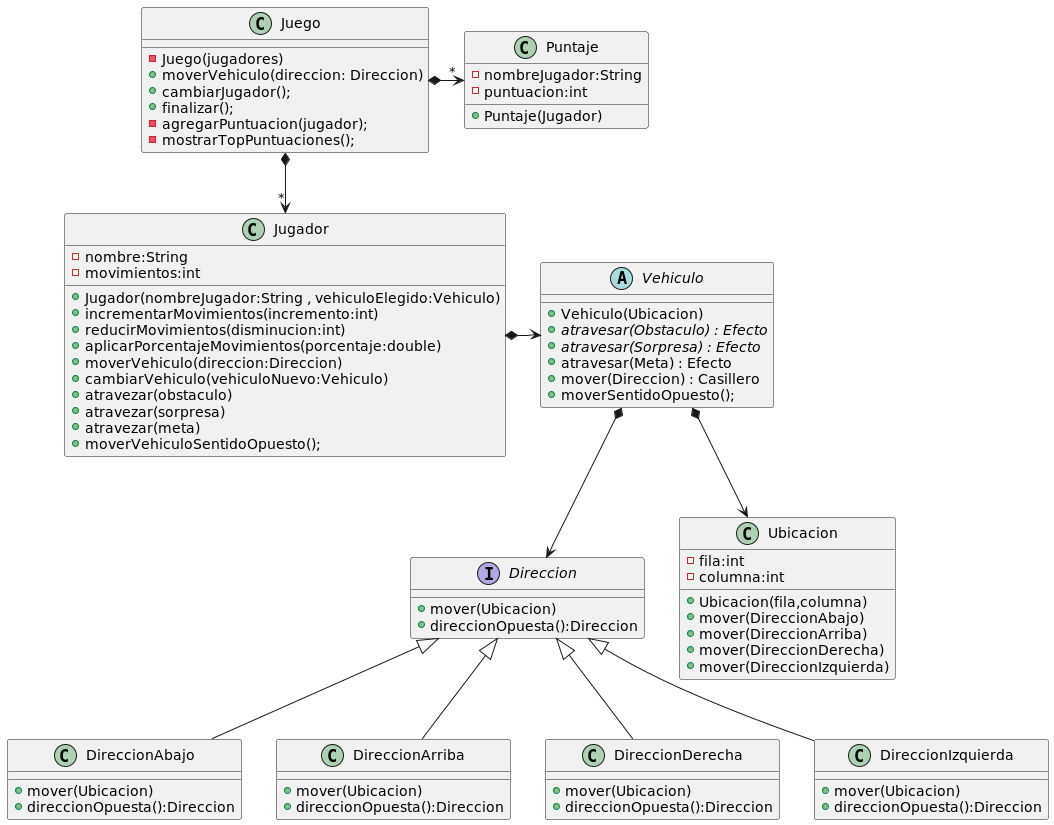
Above: diagrams/classes/diagramaClases1.png in JorgeSedek/algo3_tp2 (PlantUML), before the change. The source it was exported from:
```plantuml
@startuml
class Juego{
-Juego(jugadores)
+moverVehiculo(direccion: Direccion)
+cambiarJugador();
+finalizar();
-agregarPuntuacion(jugador);
-mostrarTopPuntuaciones();
}

interface Direccion{
+mover(Ubicacion)
+direccionOpuesta():Direccion
}
class DireccionAbajo{
+mover(Ubicacion)
+direccionOpuesta():Direccion
}
class DireccionArriba{
+mover(Ubicacion)
+direccionOpuesta():Direccion
}
class DireccionDerecha{
+mover(Ubicacion)
+direccionOpuesta():Direccion
}
class DireccionIzquierda{
+mover(Ubicacion)
+direccionOpuesta():Direccion
}

class Jugador{
-nombre:String
-movimientos:int
+Jugador(nombreJugador:String , vehiculoElegido:Vehiculo)
+incrementarMovimientos(incremento:int)
+reducirMovimientos(disminucion:int)
+aplicarPorcentajeMovimientos(porcentaje:double)
+moverVehiculo(direccion:Direccion)
+cambiarVehiculo(vehiculoNuevo:Vehiculo)
+atravezar(obstaculo)
+atravezar(sorpresa)
+atravezar(meta)
+moverVehiculoSentidoOpuesto();
}

class Puntaje {
- nombreJugador:String
- puntuacion:int
+ Puntaje(Jugador)
}
abstract class Vehiculo {
+Vehiculo(Ubicacion)
+atravesar(Obstaculo) : Efecto {abstract}
+atravesar(Sorpresa) : Efecto {abstract}
+atravesar(Meta) : Efecto
+mover(Direccion) : Casillero
+moverSentidoOpuesto();
}
class Ubicacion {
-fila:int
-columna:int
+Ubicacion(fila,columna)
+mover(DireccionAbajo)
+mover(DireccionArriba)
+mover(DireccionDerecha)
+mover(DireccionIzquierda)
}

Juego *-> "*" Puntaje
Juego *--> "*" Jugador
Jugador *-> Vehiculo
Vehiculo *--> Ubicacion
Vehiculo *--> Direccion

Direccion <|-- DireccionAbajo
Direccion <|-- DireccionArriba
Direccion <|-- DireccionDerecha
Direccion <|-- DireccionIzquierda
@enduml
```
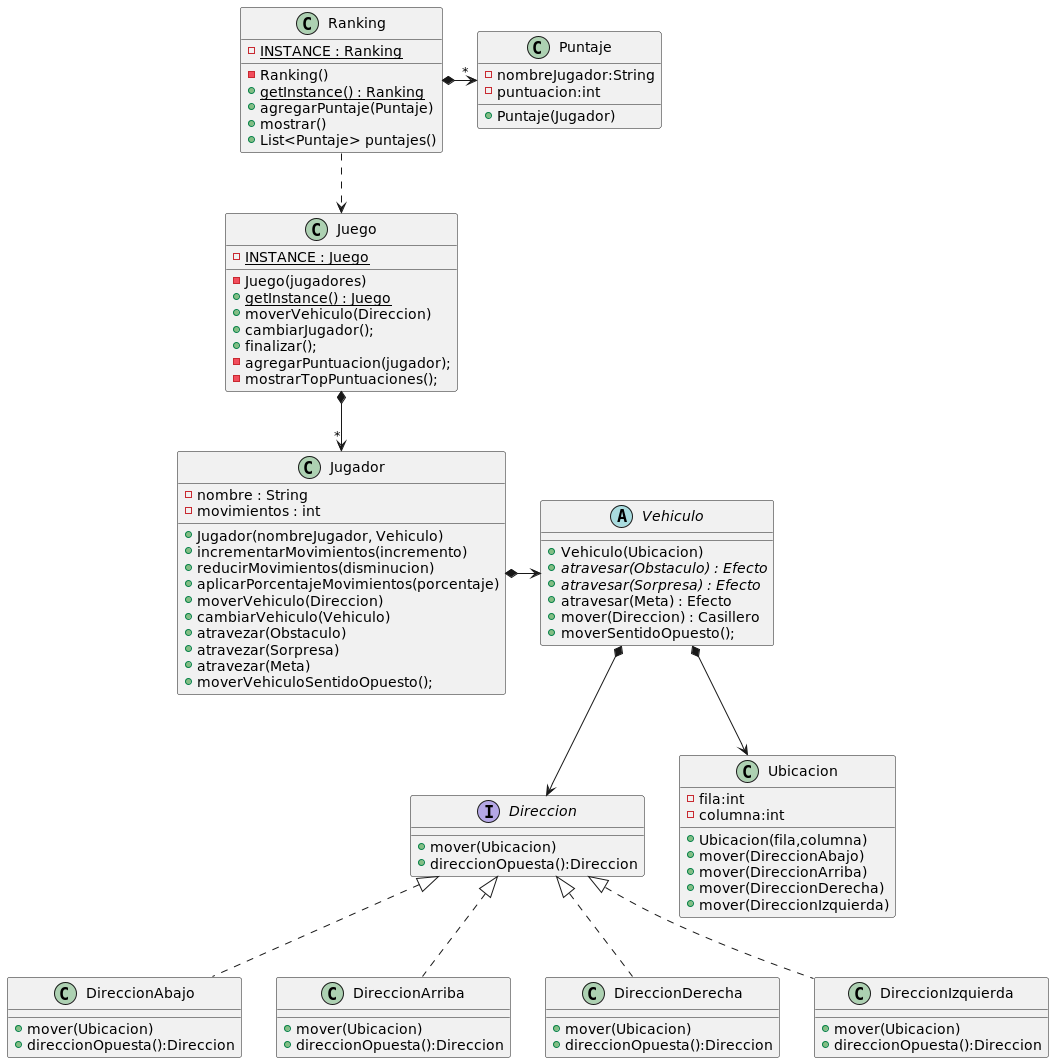
The same file after the commit.

Commit message:
Agrego diagramas de clases

Diff of the diagram source:
```diff
@@ -1,47 +1,58 @@
 @startuml
 class Juego{
--Juego(jugadores)
-+moverVehiculo(direccion: Direccion)
-+cambiarJugador();
-+finalizar();
--agregarPuntuacion(jugador);
--mostrarTopPuntuaciones();
+    - INSTANCE {static} : Juego
+    -Juego(jugadores)
+    + getInstance() {static} : Juego
+    +moverVehiculo(Direccion)
+    +cambiarJugador();
+    +finalizar();
+    -agregarPuntuacion(jugador);
+    -mostrarTopPuntuaciones();
+}
+
+class Ranking {
+    - INSTANCE {static} : Ranking
+    - Ranking()
+    + getInstance() {static} : Ranking
+    + agregarPuntaje(Puntaje)
+    + mostrar()
+    + List<Puntaje> puntajes()
 }
 
 interface Direccion{
-+mover(Ubicacion)
-+direccionOpuesta():Direccion
+    +mover(Ubicacion)
+    +direccionOpuesta():Direccion
 }
 class DireccionAbajo{
-+mover(Ubicacion)
-+direccionOpuesta():Direccion
+    +mover(Ubicacion)
+    +direccionOpuesta():Direccion
 }
 class DireccionArriba{
-+mover(Ubicacion)
-+direccionOpuesta():Direccion
+    +mover(Ubicacion)
+    +direccionOpuesta():Direccion
 }
 class DireccionDerecha{
-+mover(Ubicacion)
-+direccionOpuesta():Direccion
+    +mover(Ubicacion)
+    +direccionOpuesta():Direccion
 }
 class DireccionIzquierda{
-+mover(Ubicacion)
-+direccionOpuesta():Direccion
+    +mover(Ubicacion)
+    +direccionOpuesta():Direccion
 }
 
 class Jugador{
--nombre:String
--movimientos:int
-+Jugador(nombreJugador:String , vehiculoElegido:Vehiculo)
-+incrementarMovimientos(incremento:int)
-+reducirMovimientos(disminucion:int)
-+aplicarPorcentajeMovimientos(porcentaje:double)
-+moverVehiculo(direccion:Direccion)
-+cambiarVehiculo(vehiculoNuevo:Vehiculo)
-+atravezar(obstaculo)
-+atravezar(sorpresa)
-+atravezar(meta)
-+moverVehiculoSentidoOpuesto();
+    -nombre : String
+    -movimientos : int
+    +Jugador(nombreJugador, Vehiculo)
+    +incrementarMovimientos(incremento)
+    +reducirMovimientos(disminucion)
+    +aplicarPorcentajeMovimientos(porcentaje)
+    +moverVehiculo(Direccion)
+    +cambiarVehiculo(Vehiculo)
+    +atravezar(Obstaculo)
+    +atravezar(Sorpresa)
+    +atravezar(Meta)
+    +moverVehiculoSentidoOpuesto();
 }
 
 class Puntaje {
@@ -67,14 +78,15 @@
 +mover(DireccionIzquierda)
 }
 
-Juego *-> "*" Puntaje
+Ranking ..> Juego
+Ranking *-> "*" Puntaje
 Juego *--> "*" Jugador
 Jugador *-> Vehiculo
 Vehiculo *--> Ubicacion
 Vehiculo *--> Direccion
 
-Direccion <|-- DireccionAbajo
-Direccion <|-- DireccionArriba
-Direccion <|-- DireccionDerecha
-Direccion <|-- DireccionIzquierda
+Direccion <|.. DireccionAbajo
+Direccion <|.. DireccionArriba
+Direccion <|.. DireccionDerecha
+Direccion <|.. DireccionIzquierda
 @enduml
```
